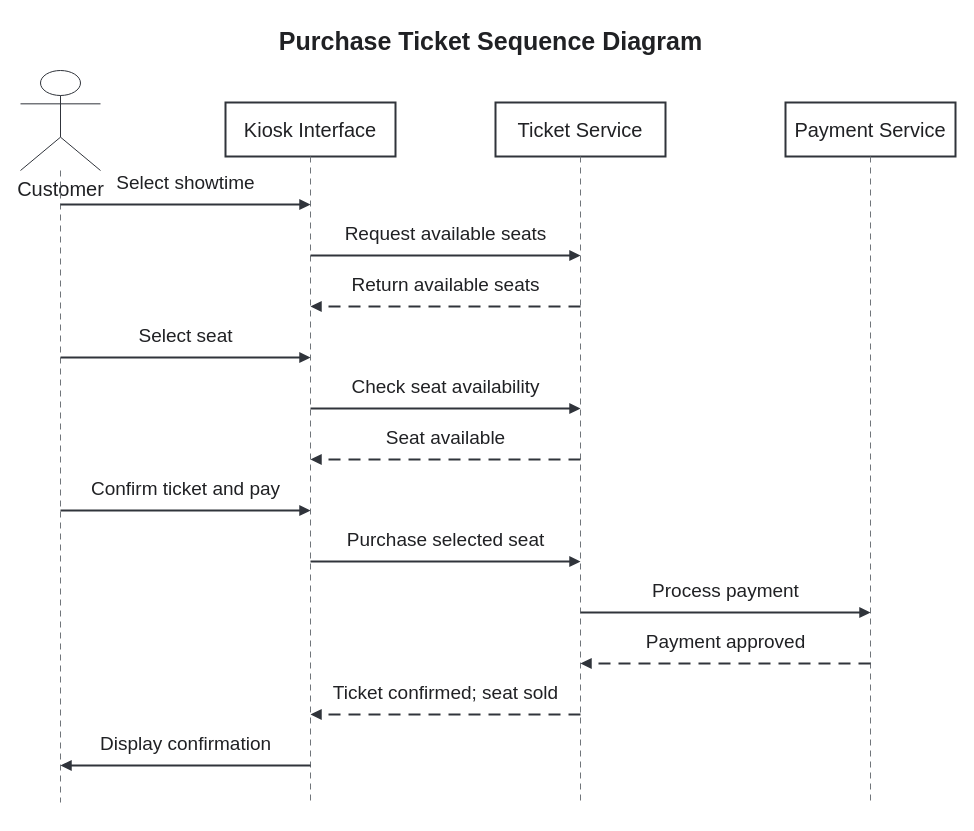
aastha-khatri/HW1-Movie-Kiosk keeps this draw.io diagram as diagrams/Purchase-Ticket-Sequence.drawio. Above is the earlier version. Source tidied: cells renumbered, new cells numbered last; positions are measured from the earlier drawing's top-left corner, leaving out a move shared by most shapes. Both pictures are drawn from the tidied source at 100%, with x=0, y=0 at pixel (20, 17).
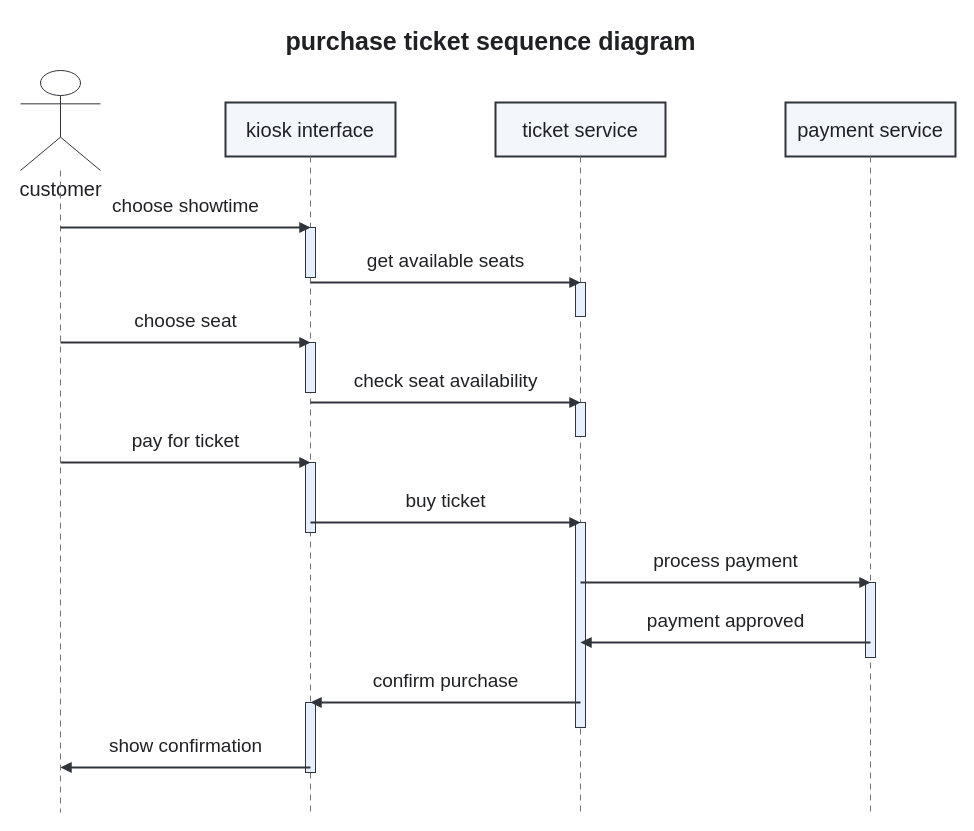
The same page after the edit.

Commit message:
Simplify purchase ticket sequence diagram

Updated the Purchase Ticket Sequence diagram to correct text casing and formatting.

Diff of the diagram source:
```diff
@@
-    <mxCell id="2" value="Purchase Ticket Sequence Diagram" style="text;html=1;align=center;verticalAlign=middle;fontSize=25;fontStyle=1;fontColor=#202124;" parent="1" vertex="1">
+    <mxCell id="2" value="purchase ticket sequence diagram" style="text;html=1;align=center;verticalAlign=middle;fontSize=25;fontStyle=1;fontColor=#202124;" parent="1" vertex="1">
       <mxGeometry x="120" width="700" height="45" as="geometry" />
     </mxCell>
-    <mxCell id="3" value="Customer" style="shape=umlActor;verticalLabelPosition=bottom;verticalAlign=top;html=1;strokeColor=#30343B;fontSize=20;fontColor=#202124;" parent="1" vertex="1">
+    <mxCell id="3" value="customer" style="shape=umlActor;verticalLabelPosition=bottom;verticalAlign=top;html=1;strokeColor=#30343B;fontSize=20;fontColor=#202124;" parent="1" vertex="1">
       <mxGeometry y="53" width="80" height="100" as="geometry" />
     </mxCell>
-    <mxCell id="4" value="Kiosk Interface" style="rounded=0;whiteSpace=wrap;html=1;align=center;verticalAlign=middle;strokeColor=#30343B;strokeWidth=2;fillColor=#FFFFFF;fontSize=20;fontColor=#202124;" parent="1" vertex="1">
+    <mxCell id="4" value="kiosk interface" style="rounded=0;whiteSpace=wrap;html=1;align=center;verticalAlign=middle;strokeColor=#30343B;strokeWidth=2;fillColor=#F3F7FB;fontSize=20;fontColor=#202124;" parent="1" vertex="1">
       <mxGeometry x="205" y="85" width="170" height="54" as="geometry" />
     </mxCell>
-    <mxCell id="5" value="Ticket Service" style="rounded=0;whiteSpace=wrap;html=1;align=center;verticalAlign=middle;strokeColor=#30343B;strokeWidth=2;fillColor=#FFFFFF;fontSize=20;fontColor=#202124;" parent="1" vertex="1">
+    <mxCell id="5" value="ticket service" style="rounded=0;whiteSpace=wrap;html=1;align=center;verticalAlign=middle;strokeColor=#30343B;strokeWidth=2;fillColor=#F3F7FB;fontSize=20;fontColor=#202124;" parent="1" vertex="1">
       <mxGeometry x="475" y="85" width="170" height="54" as="geometry" />
     </mxCell>
-    <mxCell id="6" value="Payment Service" style="rounded=0;whiteSpace=wrap;html=1;align=center;verticalAlign=middle;strokeColor=#30343B;strokeWidth=2;fillColor=#FFFFFF;fontSize=20;fontColor=#202124;" parent="1" vertex="1">
+    <mxCell id="6" value="payment service" style="rounded=0;whiteSpace=wrap;html=1;align=center;verticalAlign=middle;strokeColor=#30343B;strokeWidth=2;fillColor=#F3F7FB;fontSize=20;fontColor=#202124;" parent="1" vertex="1">
       <mxGeometry x="765" y="85" width="170" height="54" as="geometry" />
     </mxCell>
     <mxCell id="7" style="endArrow=none;startArrow=none;dashed=1;dashPattern=6 5;strokeColor=#70757A;strokeWidth=1;" parent="1" edge="1">
       <mxGeometry relative="1" as="geometry">
         <mxPoint x="40" y="153" as="sourcePoint" />
-        <mxPoint x="40" y="785" as="targetPoint" />
+        <mxPoint x="40" y="795" as="targetPoint" />
       </mxGeometry>
     </mxCell>
     <mxCell id="8" style="endArrow=none;startArrow=none;dashed=1;dashPattern=6 5;strokeColor=#70757A;strokeWidth=1;" parent="1" edge="1">
       <mxGeometry relative="1" as="geometry">
         <mxPoint x="290" y="139" as="sourcePoint" />
-        <mxPoint x="290" y="785" as="targetPoint" />
+        <mxPoint x="290" y="795" as="targetPoint" />
       </mxGeometry>
     </mxCell>
     <mxCell id="9" style="endArrow=none;startArrow=none;dashed=1;dashPattern=6 5;strokeColor=#70757A;strokeWidth=1;" parent="1" edge="1">
       <mxGeometry relative="1" as="geometry">
         <mxPoint x="560" y="139" as="sourcePoint" />
-        <mxPoint x="560" y="785" as="targetPoint" />
+        <mxPoint x="560" y="795" as="targetPoint" />
       </mxGeometry>
     </mxCell>
     <mxCell id="10" style="endArrow=none;startArrow=none;dashed=1;dashPattern=6 5;strokeColor=#70757A;strokeWidth=1;" parent="1" edge="1">
       <mxGeometry relative="1" as="geometry">
         <mxPoint x="850" y="139" as="sourcePoint" />
-        <mxPoint x="850" y="785" as="targetPoint" />
+        <mxPoint x="850" y="795" as="targetPoint" />
       </mxGeometry>
     </mxCell>
+    <mxCell id="23" style="rounded=0;whiteSpace=wrap;html=1;strokeColor=#30343B;strokeWidth=1;fillColor=#E7F0FF;" parent="1" vertex="1">
+      <mxGeometry x="285" y="210" width="10" height="50" as="geometry" />
+    </mxCell>
+    <mxCell id="24" style="rounded=0;whiteSpace=wrap;html=1;strokeColor=#30343B;strokeWidth=1;fillColor=#E7F0FF;" parent="1" vertex="1">
+      <mxGeometry x="555" y="265" width="10" height="34" as="geometry" />
+    </mxCell>
+    <mxCell id="25" style="rounded=0;whiteSpace=wrap;html=1;strokeColor=#30343B;strokeWidth=1;fillColor=#E7F0FF;" parent="1" vertex="1">
+      <mxGeometry x="285" y="325" width="10" height="50" as="geometry" />
+    </mxCell>
+    <mxCell id="26" style="rounded=0;whiteSpace=wrap;html=1;strokeColor=#30343B;strokeWidth=1;fillColor=#E7F0FF;" parent="1" vertex="1">
+      <mxGeometry x="555" y="385" width="10" height="34" as="geometry" />
+    </mxCell>
+    <mxCell id="27" style="rounded=0;whiteSpace=wrap;html=1;strokeColor=#30343B;strokeWidth=1;fillColor=#E7F0FF;" parent="1" vertex="1">
+      <mxGeometry x="285" y="445" width="10" height="70" as="geometry" />
+    </mxCell>
+    <mxCell id="28" style="rounded=0;whiteSpace=wrap;html=1;strokeColor=#30343B;strokeWidth=1;fillColor=#E7F0FF;" parent="1" vertex="1">
+      <mxGeometry x="555" y="505" width="10" height="205" as="geometry" />
+    </mxCell>
+    <mxCell id="29" style="rounded=0;whiteSpace=wrap;html=1;strokeColor=#30343B;strokeWidth=1;fillColor=#E7F0FF;" parent="1" vertex="1">
+      <mxGeometry x="845" y="565" width="10" height="75" as="geometry" />
+    </mxCell>
+    <mxCell id="30" style="rounded=0;whiteSpace=wrap;html=1;strokeColor=#30343B;strokeWidth=1;fillColor=#E7F0FF;" parent="1" vertex="1">
+      <mxGeometry x="285" y="685" width="10" height="70" as="geometry" />
+    </mxCell>
-    <mxCell id="11" value="Select showtime" style="endArrow=block;endFill=1;startArrow=none;html=1;rounded=0;strokeColor=#30343B;strokeWidth=2;fontSize=19;fontColor=#202124;labelBackgroundColor=#FFFFFF;verticalAlign=bottom;spacingBottom=7;" parent="1" edge="1">
+    <mxCell id="11" value="choose showtime" style="endArrow=block;endFill=1;startArrow=none;html=1;rounded=0;strokeColor=#30343B;strokeWidth=2;fontSize=19;fontColor=#202124;labelBackgroundColor=#FFFFFF;verticalAlign=bottom;spacingBottom=7;" parent="1" edge="1">
       <mxGeometry relative="1" as="geometry">
-        <mxPoint x="40" y="187" as="sourcePoint" />
-        <mxPoint x="290" y="187" as="targetPoint" />
+        <mxPoint x="40" y="210" as="sourcePoint" />
+        <mxPoint x="290" y="210" as="targetPoint" />
       </mxGeometry>
     </mxCell>
-    <mxCell id="12" value="Request available seats" style="endArrow=block;endFill=1;startArrow=none;html=1;rounded=0;strokeColor=#30343B;strokeWidth=2;fontSize=19;fontColor=#202124;labelBackgroundColor=#FFFFFF;verticalAlign=bottom;spacingBottom=7;" parent="1" edge="1">
+    <mxCell id="12" value="get available seats" style="endArrow=block;endFill=1;startArrow=none;html=1;rounded=0;strokeColor=#30343B;strokeWidth=2;fontSize=19;fontColor=#202124;labelBackgroundColor=#FFFFFF;verticalAlign=bottom;spacingBottom=7;" parent="1" edge="1">
       <mxGeometry relative="1" as="geometry">
-        <mxPoint x="290" y="238" as="sourcePoint" />
-        <mxPoint x="560" y="238" as="targetPoint" />
+        <mxPoint x="290" y="265" as="sourcePoint" />
+        <mxPoint x="560" y="265" as="targetPoint" />
       </mxGeometry>
     </mxCell>
-    <mxCell id="13" value="Return available seats" style="endArrow=block;endFill=1;startArrow=none;html=1;rounded=0;strokeColor=#30343B;strokeWidth=2;fontSize=19;fontColor=#202124;labelBackgroundColor=#FFFFFF;verticalAlign=bottom;spacingBottom=7;dashed=1;dashPattern=6 4;" parent="1" edge="1">
+    <mxCell id="13" value="choose seat" style="endArrow=block;endFill=1;startArrow=none;html=1;rounded=0;strokeColor=#30343B;strokeWidth=2;fontSize=19;fontColor=#202124;labelBackgroundColor=#FFFFFF;verticalAlign=bottom;spacingBottom=7;" parent="1" edge="1">
       <mxGeometry relative="1" as="geometry">
-        <mxPoint x="560" y="289" as="sourcePoint" />
-        <mxPoint x="290" y="289" as="targetPoint" />
+        <mxPoint x="40" y="325" as="sourcePoint" />
+        <mxPoint x="290" y="325" as="targetPoint" />
       </mxGeometry>
     </mxCell>
-    <mxCell id="14" value="Select seat" style="endArrow=block;endFill=1;startArrow=none;html=1;rounded=0;strokeColor=#30343B;strokeWidth=2;fontSize=19;fontColor=#202124;labelBackgroundColor=#FFFFFF;verticalAlign=bottom;spacingBottom=7;" parent="1" edge="1">
+    <mxCell id="14" value="check seat availability" style="endArrow=block;endFill=1;startArrow=none;html=1;rounded=0;strokeColor=#30343B;strokeWidth=2;fontSize=19;fontColor=#202124;labelBackgroundColor=#FFFFFF;verticalAlign=bottom;spacingBottom=7;" parent="1" edge="1">
       <mxGeometry relative="1" as="geometry">
-        <mxPoint x="40" y="340" as="sourcePoint" />
-        <mxPoint x="290" y="340" as="targetPoint" />
+        <mxPoint x="290" y="385" as="sourcePoint" />
+        <mxPoint x="560" y="385" as="targetPoint" />
       </mxGeometry>
     </mxCell>
-    <mxCell id="15" value="Check seat availability" style="endArrow=block;endFill=1;startArrow=none;html=1;rounded=0;strokeColor=#30343B;strokeWidth=2;fontSize=19;fontColor=#202124;labelBackgroundColor=#FFFFFF;verticalAlign=bottom;spacingBottom=7;" parent="1" edge="1">
+    <mxCell id="15" value="pay for ticket" style="endArrow=block;endFill=1;startArrow=none;html=1;rounded=0;strokeColor=#30343B;strokeWidth=2;fontSize=19;fontColor=#202124;labelBackgroundColor=#FFFFFF;verticalAlign=bottom;spacingBottom=7;" parent="1" edge="1">
       <mxGeometry relative="1" as="geometry">
-        <mxPoint x="290" y="391" as="sourcePoint" />
-        <mxPoint x="560" y="391" as="targetPoint" />
+        <mxPoint x="40" y="445" as="sourcePoint" />
+        <mxPoint x="290" y="445" as="targetPoint" />
       </mxGeometry>
     </mxCell>
-    <mxCell id="16" value="Seat available" style="endArrow=block;endFill=1;startArrow=none;html=1;rounded=0;strokeColor=#30343B;strokeWidth=2;fontSize=19;fontColor=#202124;labelBackgroundColor=#FFFFFF;verticalAlign=bottom;spacingBottom=7;dashed=1;dashPattern=6 4;" parent="1" edge="1">
+    <mxCell id="16" value="buy ticket" style="endArrow=block;endFill=1;startArrow=none;html=1;rounded=0;strokeColor=#30343B;strokeWidth=2;fontSize=19;fontColor=#202124;labelBackgroundColor=#FFFFFF;verticalAlign=bottom;spacingBottom=7;" parent="1" edge="1">
       <mxGeometry relative="1" as="geometry">
-        <mxPoint x="560" y="442" as="sourcePoint" />
-        <mxPoint x="290" y="442" as="targetPoint" />
+        <mxPoint x="290" y="505" as="sourcePoint" />
+        <mxPoint x="560" y="505" as="targetPoint" />
       </mxGeometry>
     </mxCell>
-    <mxCell id="17" value="Confirm ticket and pay" style="endArrow=block;endFill=1;startArrow=none;html=1;rounded=0;strokeColor=#30343B;strokeWidth=2;fontSize=19;fontColor=#202124;labelBackgroundColor=#FFFFFF;verticalAlign=bottom;spacingBottom=7;" parent="1" edge="1">
+    <mxCell id="17" value="process payment" style="endArrow=block;endFill=1;startArrow=none;html=1;rounded=0;strokeColor=#30343B;strokeWidth=2;fontSize=19;fontColor=#202124;labelBackgroundColor=#FFFFFF;verticalAlign=bottom;spacingBottom=7;" parent="1" edge="1">
       <mxGeometry relative="1" as="geometry">
-        <mxPoint x="40" y="493" as="sourcePoint" />
-        <mxPoint x="290" y="493" as="targetPoint" />
+        <mxPoint x="560" y="565" as="sourcePoint" />
+        <mxPoint x="850" y="565" as="targetPoint" />
       </mxGeometry>
     </mxCell>
-    <mxCell id="18" value="Purchase selected seat" style="endArrow=block;endFill=1;startArrow=none;html=1;rounded=0;strokeColor=#30343B;strokeWidth=2;fontSize=19;fontColor=#202124;labelBackgroundColor=#FFFFFF;verticalAlign=bottom;spacingBottom=7;" parent="1" edge="1">
+    <mxCell id="18" value="payment approved" style="endArrow=block;endFill=1;startArrow=none;html=1;rounded=0;strokeColor=#30343B;strokeWidth=2;fontSize=19;fontColor=#202124;labelBackgroundColor=#FFFFFF;verticalAlign=bottom;spacingBottom=7;" parent="1" edge="1">
       <mxGeometry relative="1" as="geometry">
-        <mxPoint x="290" y="544" as="sourcePoint" />
-        <mxPoint x="560" y="544" as="targetPoint" />
+        <mxPoint x="850" y="625" as="sourcePoint" />
+        <mxPoint x="560" y="625" as="targetPoint" />
       </mxGeometry>
     </mxCell>
-    <mxCell id="19" value="Process payment" style="endArrow=block;endFill=1;startArrow=none;html=1;rounded=0;strokeColor=#30343B;strokeWidth=2;fontSize=19;fontColor=#202124;labelBackgroundColor=#FFFFFF;verticalAlign=bottom;spacingBottom=7;" parent="1" edge="1">
+    <mxCell id="19" value="confirm purchase" style="endArrow=block;endFill=1;startArrow=none;html=1;rounded=0;strokeColor=#30343B;strokeWidth=2;fontSize=19;fontColor=#202124;labelBackgroundColor=#FFFFFF;verticalAlign=bottom;spacingBottom=7;" parent="1" edge="1">
       <mxGeometry relative="1" as="geometry">
-        <mxPoint x="560" y="595" as="sourcePoint" />
-        <mxPoint x="850" y="595" as="targetPoint" />
+        <mxPoint x="560" y="685" as="sourcePoint" />
+        <mxPoint x="290" y="685" as="targetPoint" />
       </mxGeometry>
     </mxCell>
-    <mxCell id="20" value="Payment approved" style="endArrow=block;endFill=1;startArrow=none;html=1;rounded=0;strokeColor=#30343B;strokeWidth=2;fontSize=19;fontColor=#202124;labelBackgroundColor=#FFFFFF;verticalAlign=bottom;spacingBottom=7;dashed=1;dashPattern=6 4;" parent="1" edge="1">
+    <mxCell id="20" value="show confirmation" style="endArrow=block;endFill=1;startArrow=none;html=1;rounded=0;strokeColor=#30343B;strokeWidth=2;fontSize=19;fontColor=#202124;labelBackgroundColor=#FFFFFF;verticalAlign=bottom;spacingBottom=7;" parent="1" edge="1">
       <mxGeometry relative="1" as="geometry">
-        <mxPoint x="850" y="646" as="sourcePoint" />
-        <mxPoint x="560" y="646" as="targetPoint" />
+        <mxPoint x="290" y="750" as="sourcePoint" />
+        <mxPoint x="40" y="750" as="targetPoint" />
       </mxGeometry>
     </mxCell>
-    <mxCell id="21" value="Ticket confirmed; seat sold" style="endArrow=block;endFill=1;startArrow=none;html=1;rounded=0;strokeColor=#30343B;strokeWidth=2;fontSize=19;fontColor=#202124;labelBackgroundColor=#FFFFFF;verticalAlign=bottom;spacingBottom=7;dashed=1;dashPattern=6 4;" parent="1" edge="1">
-      <mxGeometry relative="1" as="geometry">
-        <mxPoint x="560" y="697" as="sourcePoint" />
-        <mxPoint x="290" y="697" as="targetPoint" />
-      </mxGeometry>
-    </mxCell>
-    <mxCell id="22" value="Display confirmation" style="endArrow=block;endFill=1;startArrow=none;html=1;rounded=0;strokeColor=#30343B;strokeWidth=2;fontSize=19;fontColor=#202124;labelBackgroundColor=#FFFFFF;verticalAlign=bottom;spacingBottom=7;" parent="1" edge="1">
-      <mxGeometry relative="1" as="geometry">
-        <mxPoint x="290" y="748" as="sourcePoint" />
-        <mxPoint x="40" y="748" as="targetPoint" />
-      </mxGeometry>
-    </mxCell>
```
